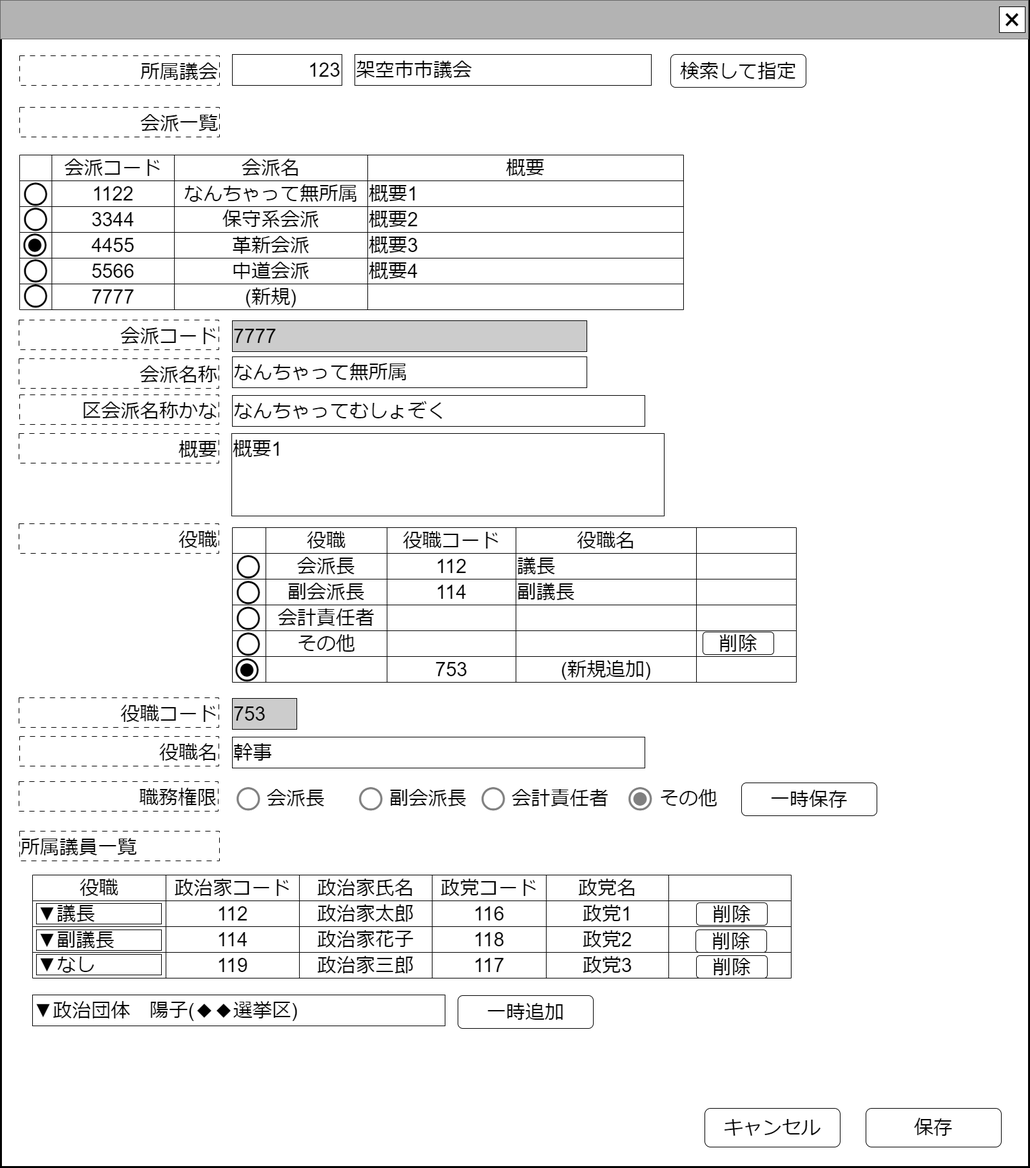
Before: docs/invest_front/regist_parliament_faction/image/議会内会派管理.drawio.png, a diagram exported from draw.io (chiwa2023/investigate-politician-balance-report). Source tidied: cells renumbered, new cells last; positions are measured from the earlier drawing's top-left corner, leaving out a move shared by most shapes.
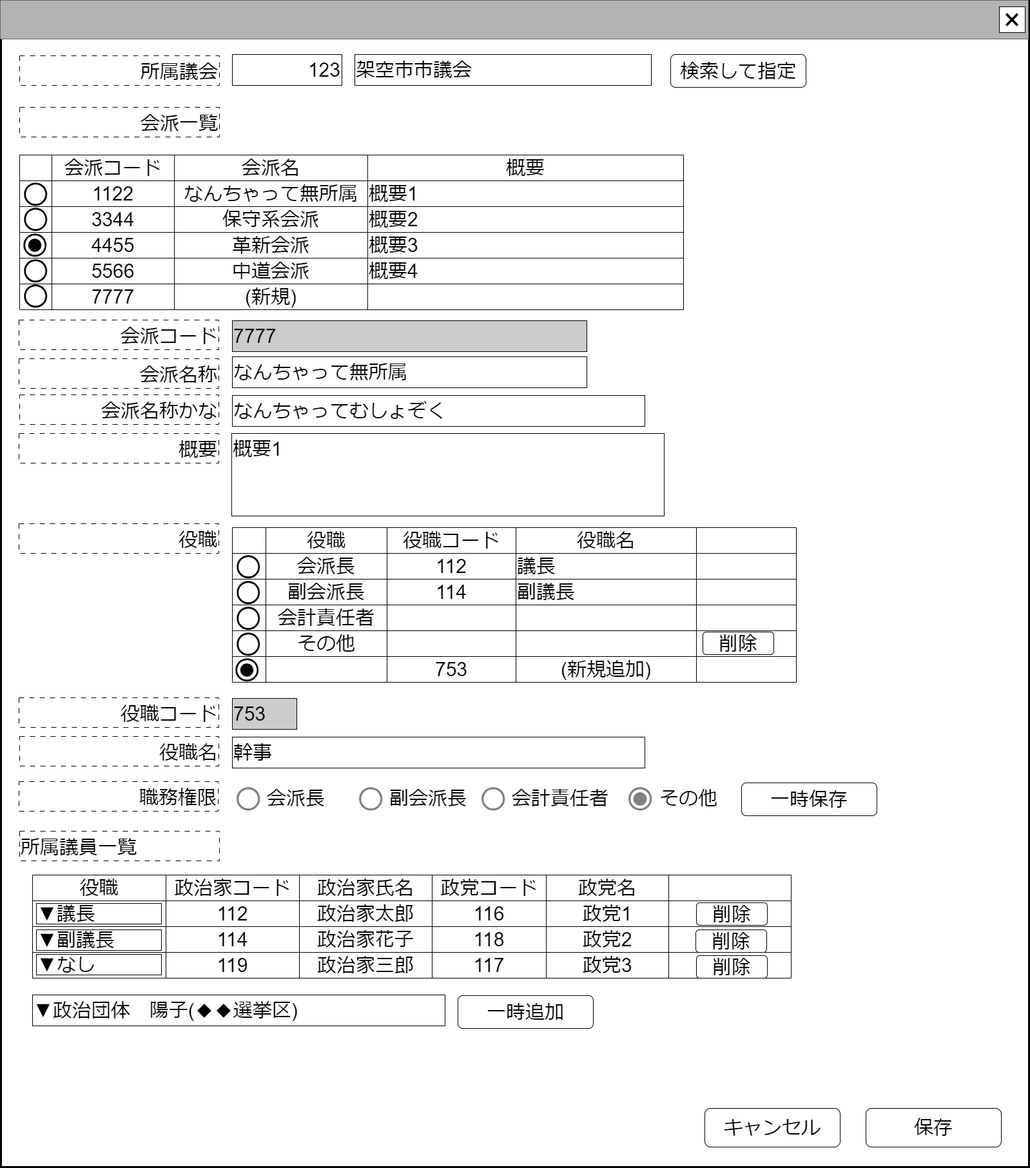
Above is the later version.

What changed in the source:
```diff
@@ -114,7 +114,7 @@
     <mxCell id="39" value="&lt;span style=&quot;font-size: 30px;&quot;&gt;なんちゃって無所属&lt;/span&gt;" style="rounded=0;whiteSpace=wrap;html=1;align=left;" parent="5" vertex="1">
       <mxGeometry x="360" y="553" width="550" height="48" as="geometry" />
     </mxCell>
-    <mxCell id="40" value="&lt;span style=&quot;font-size: 30px;&quot;&gt;区会派名称かな&lt;/span&gt;" style="rounded=0;whiteSpace=wrap;html=1;align=right;dashed=1;dashPattern=8 8;verticalAlign=bottom;" parent="5" vertex="1">
+    <mxCell id="40" value="&lt;span style=&quot;font-size: 30px;&quot;&gt;会派名称かな&lt;/span&gt;" style="rounded=0;whiteSpace=wrap;html=1;align=right;dashed=1;dashPattern=8 8;verticalAlign=bottom;" parent="5" vertex="1">
       <mxGeometry x="30" y="612" width="309" height="46" as="geometry" />
     </mxCell>
     <mxCell id="41" value="&lt;span style=&quot;font-size: 30px;&quot;&gt;なんちゃってむしょぞく&lt;/span&gt;" style="rounded=0;whiteSpace=wrap;html=1;align=left;" parent="5" vertex="1">
```
